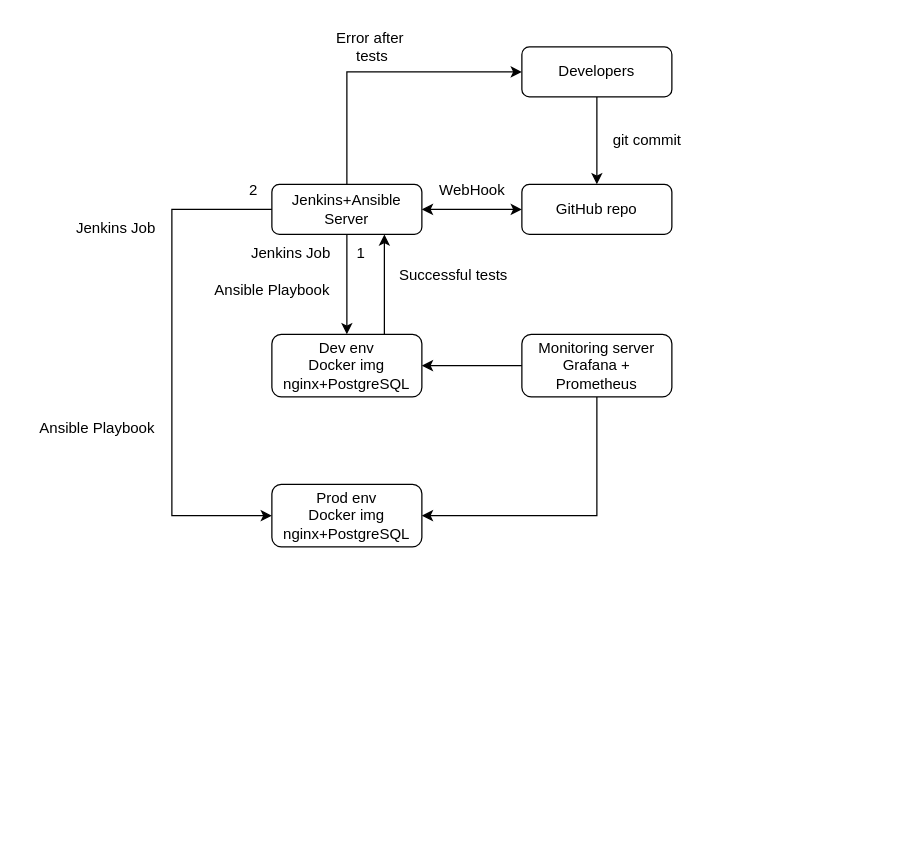
Above: Block.drawio in Black872/ProjectW (draw.io), before the change. Source tidied: cells renumbered, new cells numbered last; positions are measured from the earlier drawing's top-left corner, leaving out a move shared by most shapes. Both pictures are drawn from the tidied source at 125%, with x=0, y=0 at pixel (21, 21).
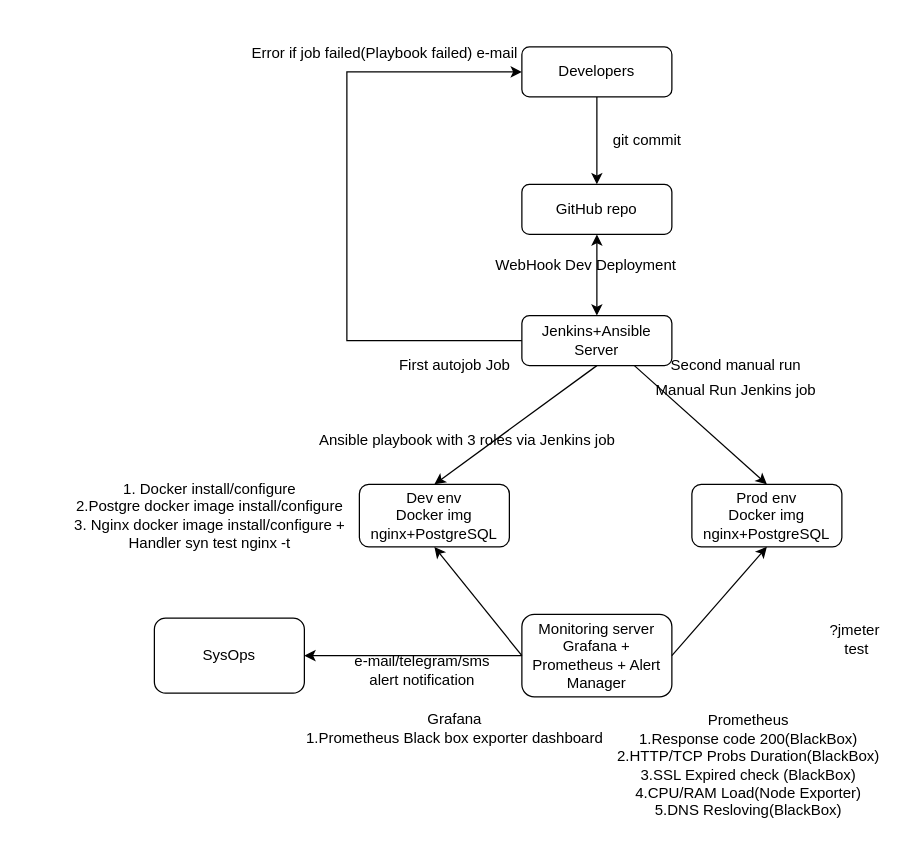
The same diagram, later.

Unchanged cells that the change refers to:
```xml
<mxCell id="5" value="Developers" style="rounded=1;whiteSpace=wrap;html=1;fontSize=12;glass=0;strokeWidth=1;shadow=0;" parent="1" vertex="1">
  <mxGeometry x="400" y="20" width="120" height="40" as="geometry" />
</mxCell>
```

What changed in the source:
```diff
@@
     <mxCell id="2" value="&lt;div&gt;Jenkins+Ansible Server&lt;/div&gt;" style="rounded=1;whiteSpace=wrap;html=1;fontSize=12;glass=0;strokeWidth=1;shadow=0;" parent="1" vertex="1">
-      <mxGeometry x="200" y="130" width="120" height="40" as="geometry" />
+      <mxGeometry x="400" y="235" width="120" height="40" as="geometry" />
     </mxCell>
     <mxCell id="3" value="&lt;div&gt;Prod env&lt;/div&gt;&lt;div&gt;Docker img&lt;/div&gt;&lt;div&gt;nginx+PostgreSQL&lt;br&gt;&lt;/div&gt;" style="rounded=1;whiteSpace=wrap;html=1;fontSize=12;glass=0;strokeWidth=1;shadow=0;" parent="1" vertex="1">
-      <mxGeometry x="200" y="370" width="120" height="50" as="geometry" />
+      <mxGeometry x="536" y="370" width="120" height="50" as="geometry" />
     </mxCell>
@@
-    <mxCell id="8" value="WebHook" style="text;html=1;align=center;verticalAlign=middle;strokeColor=none;fillColor=none;" parent="1" vertex="1">
-      <mxGeometry x="320" y="120" width="80" height="30" as="geometry" />
+    <mxCell id="8" value="&lt;div&gt;WebHook Dev Deployment&lt;br&gt;&lt;/div&gt;" style="text;html=1;align=center;verticalAlign=middle;strokeColor=none;fillColor=none;rotation=0;" parent="1" vertex="1">
+      <mxGeometry x="366" y="180" width="170" height="30" as="geometry" />
     </mxCell>
@@
     <mxCell id="10" value="Dev env&lt;br&gt;Docker img nginx+PostgreSQL" style="rounded=1;whiteSpace=wrap;html=1;fontSize=12;glass=0;strokeWidth=1;shadow=0;" parent="1" vertex="1">
-      <mxGeometry x="200" y="250" width="120" height="50" as="geometry" />
+      <mxGeometry x="270" y="370" width="120" height="50" as="geometry" />
     </mxCell>
-    <mxCell id="11" value="&lt;div&gt;Jenkins Job&lt;/div&gt;" style="text;html=1;align=center;verticalAlign=middle;strokeColor=none;fillColor=none;" parent="1" vertex="1">
-      <mxGeometry x="170" y="170" width="90" height="30" as="geometry" />
+    <mxCell id="11" value="Ansible playbook with 3 roles via Jenkins job&lt;br&gt;" style="text;html=1;align=center;verticalAlign=middle;strokeColor=none;fillColor=none;" parent="1" vertex="1">
+      <mxGeometry x="226" y="320" width="260" height="30" as="geometry" />
     </mxCell>
     <mxCell id="12" style="endArrow=classic;html=1;rounded=0;" parent="1" edge="1" source="2" target="5">
       <mxGeometry relative="1" as="geometry">
         <Array as="points">
+          <mxPoint x="260" y="255" />
           <mxPoint x="260" y="40" />
         </Array>
       </mxGeometry>
     </mxCell>
-    <mxCell id="13" value="&lt;div&gt;Error after&amp;nbsp;&lt;/div&gt;&lt;div&gt;tests&lt;/div&gt;" style="text;html=1;align=center;verticalAlign=middle;strokeColor=none;fillColor=none;" parent="1" vertex="1">
-      <mxGeometry x="240" width="80" height="40" as="geometry" />
+    <mxCell id="13" value="&lt;div&gt;Error if job failed(Playbook failed) e-mail&lt;br&gt;&lt;/div&gt;" style="text;html=1;align=center;verticalAlign=middle;strokeColor=none;fillColor=none;" parent="1" vertex="1">
+      <mxGeometry x="170" y="10" width="240" height="30" as="geometry" />
     </mxCell>
-    <mxCell id="14" value="Ansible Playbook" style="text;html=1;align=center;verticalAlign=middle;strokeColor=none;fillColor=none;" parent="1" vertex="1">
-      <mxGeometry x="140" y="200" width="120" height="30" as="geometry" />
-    </mxCell>
+    <mxCell id="23" value="&lt;div&gt;Monitoring server&lt;/div&gt;&lt;div&gt;Grafana + Prometheus + Alert Manager&lt;br&gt;&lt;/div&gt;" style="rounded=1;whiteSpace=wrap;html=1;fontSize=12;glass=0;strokeWidth=1;shadow=0;" parent="1" vertex="1">
+      <mxGeometry x="400" y="474" width="120" height="66" as="geometry" />
+    </mxCell>
-    <mxCell id="15" style="endArrow=classic;html=1;rounded=0;" parent="1" edge="1" source="2" target="10">
+    <mxCell id="15" style="endArrow=classic;html=1;rounded=0;exitX=0.5;exitY=1;exitDx=0;exitDy=0;entryX=0.5;entryY=0;entryDx=0;entryDy=0;" parent="1" edge="1" source="2" target="10">
       <mxGeometry relative="1" as="geometry" />
     </mxCell>
-    <mxCell id="16" style="endArrow=classic;html=1;rounded=0;entryX=0.75;entryY=1;entryDx=0;entryDy=0;exitX=0.75;exitY=0;exitDx=0;exitDy=0;" parent="1" edge="1" source="10" target="2">
-      <mxGeometry relative="1" as="geometry" />
-    </mxCell>
-    <mxCell id="17" value="Successful tests" style="text;html=1;align=center;verticalAlign=middle;strokeColor=none;fillColor=none;" parent="1" vertex="1">
-      <mxGeometry x="290" y="188" width="110" height="30" as="geometry" />
-    </mxCell>
+    <mxCell id="26" value="&lt;div&gt;?jmeter&lt;/div&gt;&amp;nbsp;test" style="text;html=1;align=center;verticalAlign=middle;strokeColor=none;fillColor=none;" parent="1" vertex="1">
+      <mxGeometry x="636" y="474" width="60" height="40" as="geometry" />
+    </mxCell>
+    <mxCell id="24" style="endArrow=classic;html=1;rounded=0;exitX=0;exitY=0.5;exitDx=0;exitDy=0;entryX=0.5;entryY=1;entryDx=0;entryDy=0;" parent="1" edge="1" source="23" target="10">
+      <mxGeometry relative="1" as="geometry" />
+    </mxCell>
-    <mxCell id="18" style="endArrow=classic;html=1;rounded=0;exitX=0;exitY=0.5;exitDx=0;exitDy=0;entryX=0;entryY=0.5;entryDx=0;entryDy=0;" parent="1" edge="1" source="2" target="3">
-      <mxGeometry relative="1" as="geometry">
-        <Array as="points">
-          <mxPoint x="120" y="150" />
-          <mxPoint x="120" y="395" />
-        </Array>
-      </mxGeometry>
+    <mxCell id="18" style="endArrow=classic;html=1;rounded=0;entryX=0.5;entryY=0;entryDx=0;entryDy=0;exitX=0.75;exitY=1;exitDx=0;exitDy=0;" parent="1" edge="1" source="2" target="3">
+      <mxGeometry relative="1" as="geometry" />
     </mxCell>
-    <mxCell id="19" value="1" style="text;html=1;align=center;verticalAlign=middle;strokeColor=none;fillColor=none;" parent="1" vertex="1">
-      <mxGeometry x="256" y="170" width="30" height="30" as="geometry" />
-    </mxCell>
-    <mxCell id="20" value="2" style="text;html=1;align=center;verticalAlign=middle;strokeColor=none;fillColor=none;" parent="1" vertex="1">
-      <mxGeometry x="170" y="120" width="30" height="30" as="geometry" />
-    </mxCell>
-    <mxCell id="21" value="Jenkins Job" style="text;html=1;align=center;verticalAlign=middle;strokeColor=none;fillColor=none;" parent="1" vertex="1">
-      <mxGeometry x="30" y="150" width="90" height="30" as="geometry" />
-    </mxCell>
-    <mxCell id="22" value="Ansible Playbook" style="text;html=1;align=center;verticalAlign=middle;strokeColor=none;fillColor=none;" parent="1" vertex="1">
-      <mxGeometry y="310" width="120" height="30" as="geometry" />
-    </mxCell>
-    <mxCell id="23" value="&lt;div&gt;Monitoring server&lt;/div&gt;&lt;div&gt;Grafana + Prometheus&lt;br&gt;&lt;/div&gt;" style="rounded=1;whiteSpace=wrap;html=1;fontSize=12;glass=0;strokeWidth=1;shadow=0;" parent="1" vertex="1">
-      <mxGeometry x="400" y="250" width="120" height="50" as="geometry" />
-    </mxCell>
-    <mxCell id="24" style="endArrow=classic;html=1;rounded=0;entryX=1;entryY=0.5;entryDx=0;entryDy=0;exitX=0;exitY=0.5;exitDx=0;exitDy=0;" parent="1" edge="1" source="23" target="10">
-      <mxGeometry relative="1" as="geometry" />
-    </mxCell>
+    <mxCell id="27" value="Manual Run Jenkins job" style="text;html=1;align=center;verticalAlign=middle;strokeColor=none;fillColor=none;" parent="1" vertex="1">
+      <mxGeometry x="496" y="280" width="150" height="30" as="geometry" />
+    </mxCell>
-    <mxCell id="25" style="endArrow=classic;html=1;rounded=0;entryX=1;entryY=0.5;entryDx=0;entryDy=0;exitX=0.5;exitY=1;exitDx=0;exitDy=0;" parent="1" edge="1" source="23" target="3">
-      <mxGeometry relative="1" as="geometry">
-        <Array as="points">
-          <mxPoint x="460" y="395" />
-        </Array>
-      </mxGeometry>
+    <mxCell id="25" style="endArrow=classic;html=1;rounded=0;entryX=0.5;entryY=1;entryDx=0;entryDy=0;exitX=1;exitY=0.5;exitDx=0;exitDy=0;" parent="1" edge="1" source="23" target="3">
+      <mxGeometry relative="1" as="geometry" />
     </mxCell>
+    <mxCell id="28" value="Prometheus&lt;br&gt;1.Response code 200(BlackBox)&lt;br&gt;2.HTTP/TCP Probs Duration(BlackBox)&lt;br&gt;3.SSL Expired check (BlackBox)&lt;br&gt;4.CPU/RAM Load(Node Exporter)&lt;br&gt;5.DNS Resloving(BlackBox)" style="text;html=1;align=center;verticalAlign=middle;strokeColor=none;fillColor=none;" parent="1" vertex="1">
+      <mxGeometry x="466" y="545" width="230" height="100" as="geometry" />
+    </mxCell>
+    <mxCell id="29" value="Grafana&lt;br&gt;1.Prometheus Black box exporter dashboard" style="text;html=1;align=center;verticalAlign=middle;strokeColor=none;fillColor=none;" parent="1" vertex="1">
+      <mxGeometry x="216" y="545" width="260" height="40" as="geometry" />
+    </mxCell>
+    <mxCell id="30" value="SysOps" style="rounded=1;whiteSpace=wrap;html=1;" parent="1" vertex="1">
+      <mxGeometry x="106" y="477" width="120" height="60" as="geometry" />
+    </mxCell>
+    <mxCell id="31" style="endArrow=classic;html=1;rounded=0;exitX=0;exitY=0.5;exitDx=0;exitDy=0;entryX=1;entryY=0.5;entryDx=0;entryDy=0;" parent="1" edge="1" source="23" target="30">
+      <mxGeometry relative="1" as="geometry" />
+    </mxCell>
+    <mxCell id="32" value="e-mail/telegram/sms&lt;br&gt;&lt;div&gt;alert notification&lt;/div&gt;" style="text;html=1;align=center;verticalAlign=middle;strokeColor=none;fillColor=none;" parent="1" vertex="1">
+      <mxGeometry x="255" y="499" width="130" height="40" as="geometry" />
+    </mxCell>
+    <mxCell id="33" value="First autojob Job" style="text;html=1;align=center;verticalAlign=middle;strokeColor=none;fillColor=none;" parent="1" vertex="1">
+      <mxGeometry x="291" y="260" width="110" height="30" as="geometry" />
+    </mxCell>
+    <mxCell id="34" value="Second manual run" style="text;html=1;align=center;verticalAlign=middle;strokeColor=none;fillColor=none;" parent="1" vertex="1">
+      <mxGeometry x="506" y="260" width="130" height="30" as="geometry" />
+    </mxCell>
+    <mxCell id="35" value="&lt;div&gt;1. Docker install/configure&lt;/div&gt;&lt;div&gt;2.Postgre docker image install/configure&lt;br&gt;&lt;/div&gt;3. Nginx docker image install/configure + &lt;br&gt;Handler syn test nginx -t" style="text;html=1;align=center;verticalAlign=middle;strokeColor=none;fillColor=none;" parent="1" vertex="1">
+      <mxGeometry x="30" y="360" width="240" height="70" as="geometry" />
+    </mxCell>
```
